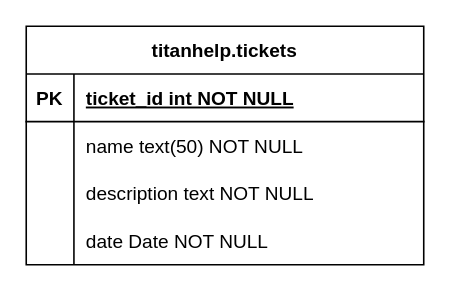
The draw.io diagram titan_help_db.drawio in Saereth/TitanHelpApplication, before the edit. Source tidied: cells renumbered, new cells numbered last; positions are measured from the earlier drawing's top-left corner, leaving out a move shared by most shapes. Both pictures are drawn from the tidied source at 159%, with x=0, y=0 at pixel (25, 25).
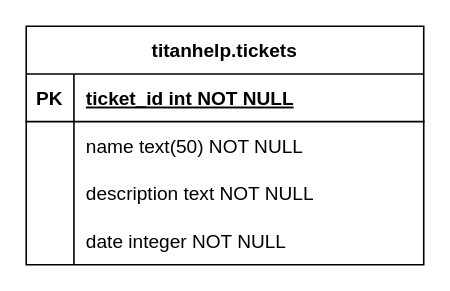
The same page after the edit.

Commit message:
switch date to int format

Diff of the diagram source:
```diff
@@
 <mxGraphModel>
   <root>
     <mxCell id="0" />
     <mxCell id="1" parent="0" />
     <mxCell id="2" value="titanhelp.tickets" style="shape=table;startSize=30;childLayout=tableLayout;rowLines=0;fontStyle=1;align=center;" parent="1" vertex="1">
       <mxGeometry width="250" height="150" as="geometry" />
     </mxCell>
     <mxCell id="3" style="shape=partialRectangle;fillColor=none;top=0;left=0;right=0;bottom=1;" parent="2" vertex="1">
       <mxGeometry y="30" width="250" height="30" as="geometry" />
     </mxCell>
     <mxCell id="4" value="PK" style="shape=partialRectangle;overflow=hidden;fillColor=none;top=0;left=0;bottom=0;right=0;fontStyle=1;" parent="3" vertex="1">
       <mxGeometry width="30" height="30" as="geometry" />
     </mxCell>
     <mxCell id="5" value="ticket_id int NOT NULL " style="shape=partialRectangle;overflow=hidden;fillColor=none;top=0;left=0;bottom=0;right=0;align=left;spacingLeft=6;fontStyle=5;" parent="3" vertex="1">
       <mxGeometry x="30" width="220" height="30" as="geometry" />
     </mxCell>
     <mxCell id="6" style="shape=partialRectangle;fillColor=none;top=0;left=0;right=0;bottom=0;" parent="2" vertex="1">
       <mxGeometry y="60" width="250" height="30" as="geometry" />
     </mxCell>
     <mxCell id="7" style="shape=partialRectangle;overflow=hidden;fillColor=none;top=0;left=0;bottom=0;right=0;" parent="6" vertex="1">
       <mxGeometry width="30" height="30" as="geometry" />
     </mxCell>
     <mxCell id="8" value="name text(50) NOT NULL" style="shape=partialRectangle;overflow=hidden;fillColor=none;top=0;left=0;bottom=0;right=0;align=left;spacingLeft=6;" parent="6" vertex="1">
       <mxGeometry x="30" width="220" height="30" as="geometry" />
     </mxCell>
     <mxCell id="9" style="shape=partialRectangle;fillColor=none;top=0;left=0;right=0;bottom=0;" parent="2" vertex="1">
       <mxGeometry y="90" width="250" height="30" as="geometry" />
     </mxCell>
     <mxCell id="10" style="shape=partialRectangle;overflow=hidden;fillColor=none;top=0;left=0;bottom=0;right=0;" parent="9" vertex="1">
       <mxGeometry width="30" height="30" as="geometry" />
     </mxCell>
     <mxCell id="11" value="description text NOT NULL" style="shape=partialRectangle;overflow=hidden;fillColor=none;top=0;left=0;bottom=0;right=0;align=left;spacingLeft=6;" parent="9" vertex="1">
       <mxGeometry x="30" width="220" height="30" as="geometry" />
     </mxCell>
     <mxCell id="12" style="shape=partialRectangle;fillColor=none;top=0;left=0;right=0;bottom=0;" parent="2" vertex="1">
       <mxGeometry y="120" width="250" height="30" as="geometry" />
     </mxCell>
     <mxCell id="13" style="shape=partialRectangle;overflow=hidden;fillColor=none;top=0;left=0;bottom=0;right=0;" parent="12" vertex="1">
       <mxGeometry width="30" height="30" as="geometry" />
     </mxCell>
-    <mxCell id="14" value="date Date NOT NULL" style="shape=partialRectangle;overflow=hidden;fillColor=none;top=0;left=0;bottom=0;right=0;align=left;spacingLeft=6;" parent="12" vertex="1">
+    <mxCell id="14" value="date integer NOT NULL" style="shape=partialRectangle;overflow=hidden;fillColor=none;top=0;left=0;bottom=0;right=0;align=left;spacingLeft=6;" parent="12" vertex="1">
       <mxGeometry x="30" width="220" height="30" as="geometry" />
     </mxCell>
   </root>
 </mxGraphModel>
```
